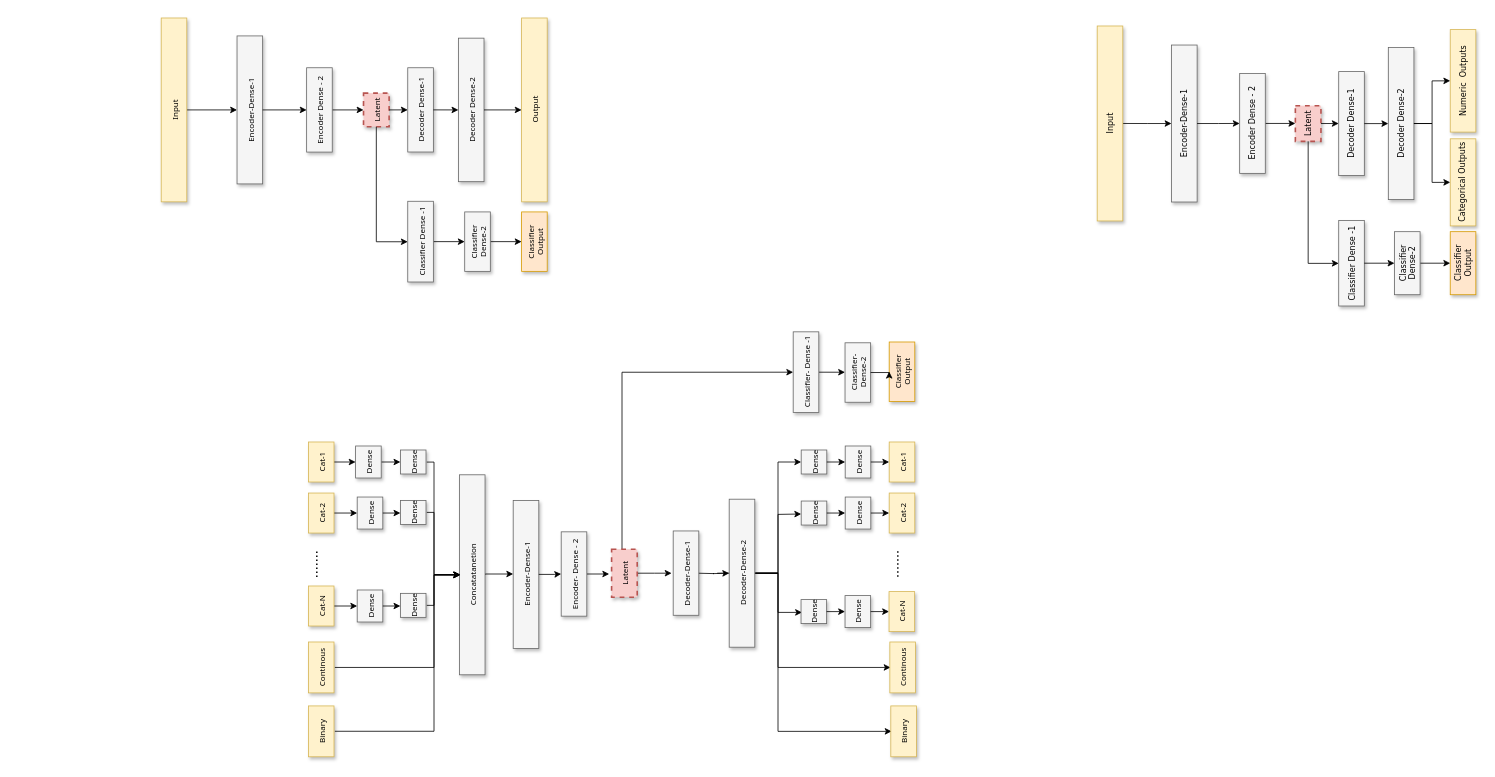
The draw.io diagram Copy of sae-outputs-combined.drawio in faikozcan/MLFraud, before the edit. Source tidied: cells renumbered, new cells numbered last; positions are measured from the earlier drawing's top-left corner, leaving out a move shared by most shapes. Both pictures are drawn from the tidied source at 80%, with x=0, y=0 at pixel (161, 18).
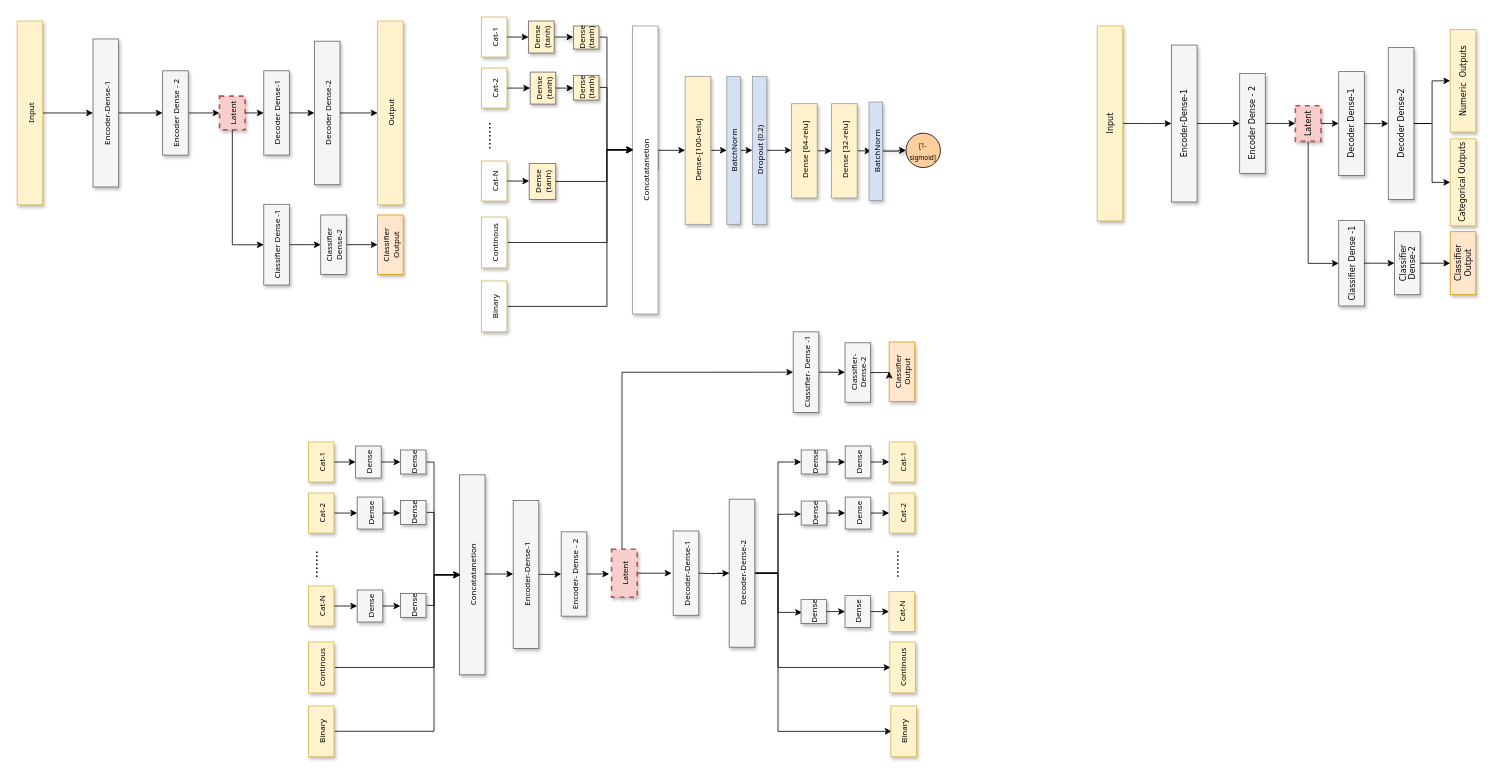
The same page after the edit.

Diff of the diagram source:
```diff
@@
     <mxCell id="15" value="Latent" style="whiteSpace=wrap;html=1;shadow=1;fontSize=10;fillColor=#f8cecc;strokeColor=#b85450;strokeWidth=2;dashed=1;horizontal=0;fontFamily=Tahoma;" parent="1" vertex="1">
-      <mxGeometry x="252.9" y="93.9" width="32" height="42" as="geometry" />
+      <mxGeometry x="72.9" y="97.7" width="32" height="42" as="geometry" />
     </mxCell>
@@
     <mxCell id="18" value="Decoder Dense-1" style="whiteSpace=wrap;html=1;shadow=1;fontSize=10;fillColor=#f5f5f5;strokeColor=#666666;horizontal=0;fontFamily=Tahoma;" parent="1" vertex="1">
-      <mxGeometry x="308.2" y="62.2" width="32" height="105.3" as="geometry" />
+      <mxGeometry x="128.2" y="66" width="32" height="105.3" as="geometry" />
     </mxCell>
@@
     <mxCell id="20" value="Encoder-Dense-1" style="whiteSpace=wrap;html=1;shadow=1;fontSize=10;fillColor=#f5f5f5;strokeColor=#666666;horizontal=0;fontFamily=Tahoma;" parent="1" vertex="1">
-      <mxGeometry x="94.8" y="22.4" width="32" height="185" as="geometry" />
+      <mxGeometry x="-85.2" y="26.2" width="32" height="185" as="geometry" />
     </mxCell>
@@
     <mxCell id="23" value="Encoder Dense - 2" style="whiteSpace=wrap;html=1;shadow=1;fontSize=10;fillColor=#f5f5f5;strokeColor=#666666;horizontal=0;fontFamily=Tahoma;" parent="1" vertex="1">
-      <mxGeometry x="181.8" y="62.2" width="32" height="105.4" as="geometry" />
+      <mxGeometry x="1.8" y="66" width="32" height="105.4" as="geometry" />
     </mxCell>
     <mxCell id="24" value="Decoder Dense-2" style="whiteSpace=wrap;html=1;shadow=1;fontSize=10;fillColor=#f5f5f5;strokeColor=#666666;horizontal=0;fontFamily=Tahoma;" parent="1" vertex="1">
-      <mxGeometry x="371.5" y="25.2" width="32" height="179.4" as="geometry" />
+      <mxGeometry x="191.5" y="29" width="32" height="179.4" as="geometry" />
     </mxCell>
@@
     <mxCell id="26" value="Input" style="whiteSpace=wrap;html=1;shadow=1;fontSize=10;fillColor=#fff2cc;strokeColor=#d6b656;horizontal=0;fontFamily=Tahoma;" parent="1" vertex="1">
-      <mxGeometry width="32" height="229.8" as="geometry" />
+      <mxGeometry x="-180" y="3.8" width="32" height="229.8" as="geometry" />
     </mxCell>
     <mxCell id="27" value="Output" style="whiteSpace=wrap;html=1;shadow=1;fontSize=10;fillColor=#fff2cc;strokeColor=#d6b656;horizontal=0;fontFamily=Tahoma;" parent="1" vertex="1">
-      <mxGeometry x="450.5" width="32" height="229.8" as="geometry" />
+      <mxGeometry x="270.5" y="3.8" width="32" height="229.8" as="geometry" />
     </mxCell>
     <mxCell id="28" style="edgeStyle=orthogonalEdgeStyle;rounded=0;jettySize=auto;html=1;exitX=0.5;exitY=1;exitDx=0;exitDy=0;horizontal=0;fontSize=10;fontFamily=Tahoma;" parent="1" edge="1" source="15" target="32">
       <mxGeometry relative="1" as="geometry">
         <Array as="points">
-          <mxPoint x="268.6" y="279.7" />
+          <mxPoint x="88.6" y="283.5" />
         </Array>
       </mxGeometry>
     </mxCell>
@@
     <mxCell id="31" value="Classifier Output" style="whiteSpace=wrap;html=1;shadow=1;fontSize=10;fillColor=#ffe6cc;strokeColor=#d79b00;horizontal=0;fontFamily=Tahoma;" parent="1" vertex="1">
-      <mxGeometry x="450.5" y="242.4" width="32" height="74.3" as="geometry" />
+      <mxGeometry x="270.5" y="246.2" width="32" height="74.3" as="geometry" />
     </mxCell>
     <mxCell id="32" value="Classifier Dense -1" style="whiteSpace=wrap;html=1;shadow=1;fontSize=10;fillColor=#f5f5f5;strokeColor=#666666;horizontal=0;fontFamily=Tahoma;" parent="1" vertex="1">
-      <mxGeometry x="308.2" y="229.1" width="32" height="100.9" as="geometry" />
+      <mxGeometry x="128.2" y="232.9" width="32" height="100.9" as="geometry" />
     </mxCell>
     <mxCell id="33" value="Classifier Dense-2" style="whiteSpace=wrap;html=1;shadow=1;fontSize=10;fillColor=#f5f5f5;strokeColor=#666666;horizontal=0;fontFamily=Tahoma;" parent="1" vertex="1">
-      <mxGeometry x="379.4" y="242.4" width="32" height="74.3" as="geometry" />
+      <mxGeometry x="199.4" y="246.2" width="32" height="74.3" as="geometry" />
     </mxCell>
@@
+    <mxCell id="110" style="edgeStyle=orthogonalEdgeStyle;rounded=0;orthogonalLoop=1;jettySize=auto;html=1;exitX=1;exitY=0.5;exitDx=0;exitDy=0;entryX=0;entryY=0.5;entryDx=0;entryDy=0;" parent="1" edge="1">
+      <mxGeometry relative="1" as="geometry">
+        <mxPoint x="433.2" y="280.6" as="sourcePoint" />
+        <mxPoint x="590" y="164.8" as="targetPoint" />
+        <Array as="points">
+          <mxPoint x="557.2" y="280.8" />
+          <mxPoint x="557.2" y="164.8" />
+        </Array>
+      </mxGeometry>
+    </mxCell>
+    <mxCell id="111" value="Continous" style="whiteSpace=wrap;html=1;shadow=1;fontSize=10;fillColor=#FFFFFF;strokeColor=#d6b656;horizontal=0;fontFamily=Tahoma;" parent="1" vertex="1">
+      <mxGeometry x="400.2" y="248.8" width="32" height="63.6" as="geometry" />
+    </mxCell>
+    <mxCell id="112" style="edgeStyle=orthogonalEdgeStyle;rounded=0;orthogonalLoop=1;jettySize=auto;html=1;" parent="1" edge="1">
+      <mxGeometry relative="1" as="geometry">
+        <mxPoint x="433.2" y="360.5" as="sourcePoint" />
+        <mxPoint x="590" y="164.8" as="targetPoint" />
+        <Array as="points">
+          <mxPoint x="557.2" y="360.8" />
+          <mxPoint x="557.2" y="164.8" />
+        </Array>
+      </mxGeometry>
+    </mxCell>
+    <mxCell id="113" value="Binary" style="whiteSpace=wrap;html=1;shadow=1;fontSize=10;fillColor=#FFFFFF;strokeColor=#d6b656;horizontal=0;fontFamily=Tahoma;" parent="1" vertex="1">
+      <mxGeometry x="400.2" y="328.7" width="32" height="63.6" as="geometry" />
+    </mxCell>
+    <mxCell id="114" style="edgeStyle=orthogonalEdgeStyle;rounded=0;jettySize=auto;html=1;exitX=1;exitY=0.5;exitDx=0;exitDy=0;entryX=0;entryY=0.5;entryDx=0;entryDy=0;fontFamily=Tahoma;fontSize=8;fillColor=#FFFFFF;strokeColor=#000000;" parent="1" edge="1" source="115" target="142">
+      <mxGeometry relative="1" as="geometry" />
+    </mxCell>
+    <mxCell id="115" value="Dense-[100-relu]" style="whiteSpace=wrap;html=1;shadow=1;fontSize=10;fillColor=#FFF2CC;strokeColor=#999999;horizontal=0;fontFamily=Tahoma;" parent="1" vertex="1">
+      <mxGeometry x="655" y="72.9" width="32" height="185" as="geometry" />
+    </mxCell>
+    <mxCell id="116" style="edgeStyle=orthogonalEdgeStyle;rounded=0;jettySize=auto;html=1;exitX=1;exitY=0.5;exitDx=0;exitDy=0;entryX=0;entryY=0.5;entryDx=0;entryDy=0;fontFamily=arial;fontSize=8;fillColor=#FFFFFF;strokeColor=#000000;" parent="1" edge="1" source="117" target="146">
+      <mxGeometry relative="1" as="geometry" />
+    </mxCell>
+    <mxCell id="117" value="&amp;nbsp;Dense [64-relu]" style="whiteSpace=wrap;html=1;shadow=1;fontSize=10;fillColor=#FFF2CC;strokeColor=#999999;horizontal=0;fontFamily=Tahoma;" parent="1" vertex="1">
+      <mxGeometry x="788" y="107.1" width="32" height="117.9" as="geometry" />
+    </mxCell>
+    <mxCell id="118" style="edgeStyle=orthogonalEdgeStyle;rounded=0;jettySize=auto;html=1;exitX=1;exitY=0.5;exitDx=0;exitDy=0;entryX=0;entryY=0.5;entryDx=0;entryDy=0;shadow=1;strokeColor=#000000;fontFamily=arial;fontSize=8;fillColor=#FFFFFF;" parent="1" edge="1" source="119" target="124">
+      <mxGeometry relative="1" as="geometry" />
+    </mxCell>
+    <mxCell id="119" value="Dense (tanh)" style="whiteSpace=wrap;html=1;shadow=1;fontSize=10;fillColor=#FFF2CC;strokeColor=#666666;horizontal=0;fontFamily=Tahoma;" parent="1" vertex="1">
+      <mxGeometry x="459.2" y="3.8" width="32" height="40" as="geometry" />
+    </mxCell>
+    <mxCell id="120" style="edgeStyle=orthogonalEdgeStyle;rounded=0;jettySize=auto;html=1;exitX=1;exitY=0.5;exitDx=0;exitDy=0;entryX=0;entryY=0.5;entryDx=0;entryDy=0;fontFamily=Tahoma;fontSize=8;" parent="1" edge="1" source="121" target="115">
+      <mxGeometry relative="1" as="geometry">
+        <Array as="points">
+          <mxPoint x="621" y="165" />
+        </Array>
+      </mxGeometry>
+    </mxCell>
+    <mxCell id="121" value="Concatatanetion" style="whiteSpace=wrap;html=1;shadow=1;fontSize=10;fillColor=#FFFFFF;strokeColor=#999999;horizontal=0;fontFamily=Tahoma;" parent="1" vertex="1">
+      <mxGeometry x="589" y="10" width="32" height="360" as="geometry" />
+    </mxCell>
+    <mxCell id="122" style="edgeStyle=orthogonalEdgeStyle;rounded=0;jettySize=auto;html=1;exitX=1;exitY=0.5;exitDx=0;exitDy=0;entryX=0;entryY=0.5;entryDx=0;entryDy=0;" parent="1" edge="1" source="123" target="119">
+      <mxGeometry relative="1" as="geometry" />
+    </mxCell>
+    <mxCell id="123" value="Cat-1" style="whiteSpace=wrap;html=1;shadow=1;fontSize=10;fillColor=#FFFFFF;strokeColor=#d6b656;horizontal=0;fontFamily=Tahoma;" parent="1" vertex="1">
+      <mxGeometry x="400.2" y="-1.2" width="32" height="50" as="geometry" />
+    </mxCell>
+    <mxCell id="124" value="Dense (tanh)" style="whiteSpace=wrap;html=1;shadow=1;fontSize=10;fillColor=#FFF2CC;strokeColor=#666666;horizontal=0;fontFamily=Tahoma;" parent="1" vertex="1">
+      <mxGeometry x="515.2" y="10" width="32" height="28.8" as="geometry" />
+    </mxCell>
+    <mxCell id="125" style="edgeStyle=orthogonalEdgeStyle;rounded=0;orthogonalLoop=1;jettySize=auto;html=1;fontFamily=Verdana;fontSize=10;" parent="1" edge="1">
+      <mxGeometry relative="1" as="geometry">
+        <mxPoint x="548.2" y="23.9" as="sourcePoint" />
+        <mxPoint x="590" y="164.8" as="targetPoint" />
+        <Array as="points">
+          <mxPoint x="557.2" y="23.8" />
+          <mxPoint x="557.2" y="164.8" />
+        </Array>
+      </mxGeometry>
+    </mxCell>
+    <mxCell id="126" style="edgeStyle=orthogonalEdgeStyle;rounded=0;orthogonalLoop=1;jettySize=auto;html=1;exitX=1;exitY=0.5;exitDx=0;exitDy=0;entryX=0;entryY=0.5;entryDx=0;entryDy=0;" parent="1" edge="1">
+      <mxGeometry relative="1" as="geometry">
+        <mxPoint x="548.2" y="86.8" as="sourcePoint" />
+        <mxPoint x="590" y="164.8" as="targetPoint" />
+        <Array as="points">
+          <mxPoint x="557.2" y="86.8" />
+          <mxPoint x="557.2" y="164.8" />
+        </Array>
+      </mxGeometry>
+    </mxCell>
+    <mxCell id="127" value="&lt;font style=&quot;font-size: 18px&quot;&gt;.......&lt;/font&gt;" style="text;html=1;strokeColor=none;fillColor=#FFFFFF;align=center;verticalAlign=middle;whiteSpace=wrap;rounded=0;rotation=90;" parent="1" vertex="1">
+      <mxGeometry x="390" y="132.6" width="52.5" height="30" as="geometry" />
+    </mxCell>
+    <mxCell id="128" style="group;" parent="1" vertex="1">
+      <mxGeometry x="400.2" y="62.6" width="147" height="50" as="geometry" />
+    </mxCell>
+    <mxCell id="129" style="edgeStyle=orthogonalEdgeStyle;rounded=0;jettySize=auto;html=1;exitX=1;exitY=0.5;exitDx=0;exitDy=0;entryX=0;entryY=0.5;entryDx=0;entryDy=0;shadow=1;strokeColor=#000000;fontFamily=arial;fontSize=8;fillColor=#FFFFFF;" parent="128" edge="1" source="130" target="131">
+      <mxGeometry relative="1" as="geometry" />
+    </mxCell>
+    <mxCell id="130" value="Dense (tanh)" style="whiteSpace=wrap;html=1;shadow=1;fontSize=10;fillColor=#FFF2CC;strokeColor=#666666;horizontal=0;fontFamily=Tahoma;" parent="128" vertex="1">
+      <mxGeometry x="61" y="5" width="32" height="40" as="geometry" />
+    </mxCell>
+    <mxCell id="131" value="Dense (tanh)" style="whiteSpace=wrap;html=1;shadow=1;fontSize=10;fillColor=#FFF2CC;strokeColor=#666666;horizontal=0;fontFamily=Tahoma;" parent="128" vertex="1">
+      <mxGeometry x="115" y="9.2" width="32" height="30.8" as="geometry" />
+    </mxCell>
+    <mxCell id="132" style="edgeStyle=orthogonalEdgeStyle;rounded=0;jettySize=auto;html=1;exitX=1;exitY=0.5;exitDx=0;exitDy=0;entryX=0;entryY=0.5;entryDx=0;entryDy=0;" parent="128" edge="1" source="133" target="130">
+      <mxGeometry relative="1" as="geometry" />
+    </mxCell>
+    <mxCell id="133" value="Cat-2" style="whiteSpace=wrap;html=1;shadow=1;fontSize=10;fillColor=#FFFFFF;strokeColor=#d6b656;horizontal=0;fontFamily=Tahoma;" parent="128" vertex="1">
+      <mxGeometry width="32" height="50" as="geometry" />
+    </mxCell>
+    <mxCell id="134" style="group;" parent="1" vertex="1">
+      <mxGeometry x="400.2" y="178.8" width="147" height="50" as="geometry" />
+    </mxCell>
+    <mxCell id="135" value="Dense&lt;br&gt;(tanh)" style="whiteSpace=wrap;html=1;shadow=1;fontSize=10;fillColor=#FFF2CC;strokeColor=#666666;horizontal=0;fontFamily=Tahoma;" parent="134" vertex="1">
+      <mxGeometry x="59.8" y="3" width="33.2" height="45" as="geometry" />
+    </mxCell>
+    <mxCell id="136" style="edgeStyle=orthogonalEdgeStyle;rounded=0;jettySize=auto;html=1;exitX=1;exitY=0.5;exitDx=0;exitDy=0;entryX=0;entryY=0.5;entryDx=0;entryDy=0;" parent="134" edge="1" source="137" target="135">
+      <mxGeometry relative="1" as="geometry" />
+    </mxCell>
+    <mxCell id="137" value="Cat-N" style="whiteSpace=wrap;html=1;shadow=1;fontSize=10;fillColor=#FFFFFF;strokeColor=#d6b656;horizontal=0;fontFamily=Tahoma;" parent="134" vertex="1">
+      <mxGeometry width="32" height="50" as="geometry" />
+    </mxCell>
+    <mxCell id="138" style="edgeStyle=orthogonalEdgeStyle;rounded=0;jettySize=auto;html=1;entryX=0;entryY=0.5;entryDx=0;entryDy=0;exitX=1;exitY=0.5;exitDx=0;exitDy=0;" parent="1" edge="1" source="135">
+      <mxGeometry relative="1" as="geometry">
+        <mxPoint x="590" y="164.8" as="targetPoint" />
+        <Array as="points">
+          <mxPoint x="557" y="204" />
+          <mxPoint x="557" y="165" />
+        </Array>
+      </mxGeometry>
+    </mxCell>
+    <mxCell id="139" value="&lt;font face=&quot;Tahoma&quot; style=&quot;&quot;&gt;&lt;font style=&quot;font-size: 8px;&quot;&gt;[1-sigmoid]&lt;/font&gt;&lt;br&gt;&lt;/font&gt;" style="ellipse;whiteSpace=wrap;html=1;fillColor=#FFCE9F;strokeColor=#000000;" parent="1" vertex="1">
+      <mxGeometry x="931" y="144" width="43" height="43" as="geometry" />
+    </mxCell>
+    <mxCell id="140" style="edgeStyle=orthogonalEdgeStyle;rounded=0;jettySize=auto;html=1;exitX=1;exitY=0.5;exitDx=0;exitDy=0;entryX=0;entryY=0.5;entryDx=0;entryDy=0;fontFamily=Tahoma;fontSize=8;fillColor=#FFFFFF;strokeColor=#999999;" parent="1" edge="1" target="139">
+      <mxGeometry relative="1" as="geometry">
+        <mxPoint x="900" y="165.3" as="sourcePoint" />
+      </mxGeometry>
+    </mxCell>
+    <mxCell id="141" style="edgeStyle=orthogonalEdgeStyle;rounded=0;jettySize=auto;html=1;exitX=1;exitY=0.5;exitDx=0;exitDy=0;entryX=0;entryY=0.5;entryDx=0;entryDy=0;fontFamily=Tahoma;fontSize=8;fillColor=#FFFFFF;strokeColor=#000000;" parent="1" edge="1" source="142" target="144">
+      <mxGeometry relative="1" as="geometry" />
+    </mxCell>
+    <mxCell id="142" value="BatchNorm" style="whiteSpace=wrap;html=1;shadow=1;fontSize=10;fillColor=#D4E1F5;strokeColor=#999999;horizontal=0;fontFamily=Tahoma;" parent="1" vertex="1">
+      <mxGeometry x="707" y="72.9" width="17" height="185" as="geometry" />
+    </mxCell>
+    <mxCell id="143" style="edgeStyle=orthogonalEdgeStyle;rounded=0;jettySize=auto;html=1;exitX=1;exitY=0.5;exitDx=0;exitDy=0;entryX=0;entryY=0.5;entryDx=0;entryDy=0;fontFamily=Tahoma;fontSize=8;fillColor=#FFFFFF;strokeColor=#050505;" parent="1" edge="1" source="144" target="117">
+      <mxGeometry relative="1" as="geometry" />
+    </mxCell>
+    <mxCell id="144" value="Dropout (0.2)" style="whiteSpace=wrap;html=1;shadow=1;fontSize=10;fillColor=#D4E1F5;strokeColor=#999999;horizontal=0;fontFamily=Tahoma;" parent="1" vertex="1">
+      <mxGeometry x="739" y="72.9" width="18" height="185" as="geometry" />
+    </mxCell>
+    <mxCell id="145" style="edgeStyle=orthogonalEdgeStyle;rounded=0;jettySize=auto;html=1;exitX=1;exitY=0.5;exitDx=0;exitDy=0;entryX=0;entryY=0.5;entryDx=0;entryDy=0;fontFamily=arial;fontSize=8;fillColor=#FFFFFF;strokeColor=#000000;" parent="1" edge="1" source="146">
+      <mxGeometry relative="1" as="geometry">
+        <mxPoint x="887.8" y="165.3" as="targetPoint" />
+      </mxGeometry>
+    </mxCell>
+    <mxCell id="146" value="&amp;nbsp;Dense [32-relu]" style="whiteSpace=wrap;html=1;shadow=1;fontSize=10;fillColor=#FFF2CC;strokeColor=#999999;horizontal=0;fontFamily=Tahoma;" parent="1" vertex="1">
+      <mxGeometry x="838" y="107.1" width="32" height="117.9" as="geometry" />
+    </mxCell>
+    <mxCell id="147" style="edgeStyle=orthogonalEdgeStyle;rounded=0;jettySize=auto;html=1;shadow=1;strokeColor=#000000;fontFamily=arial;fontSize=8;fillColor=#FFFFFF;" parent="1" edge="1" source="148" target="139">
+      <mxGeometry relative="1" as="geometry" />
+    </mxCell>
+    <mxCell id="148" value="BatchNorm" style="whiteSpace=wrap;html=1;shadow=1;fontSize=10;fillColor=#D4E1F5;strokeColor=#999999;horizontal=0;fontFamily=Tahoma;" parent="1" vertex="1">
+      <mxGeometry x="884.8" y="105" width="17" height="123" as="geometry" />
+    </mxCell>
```
